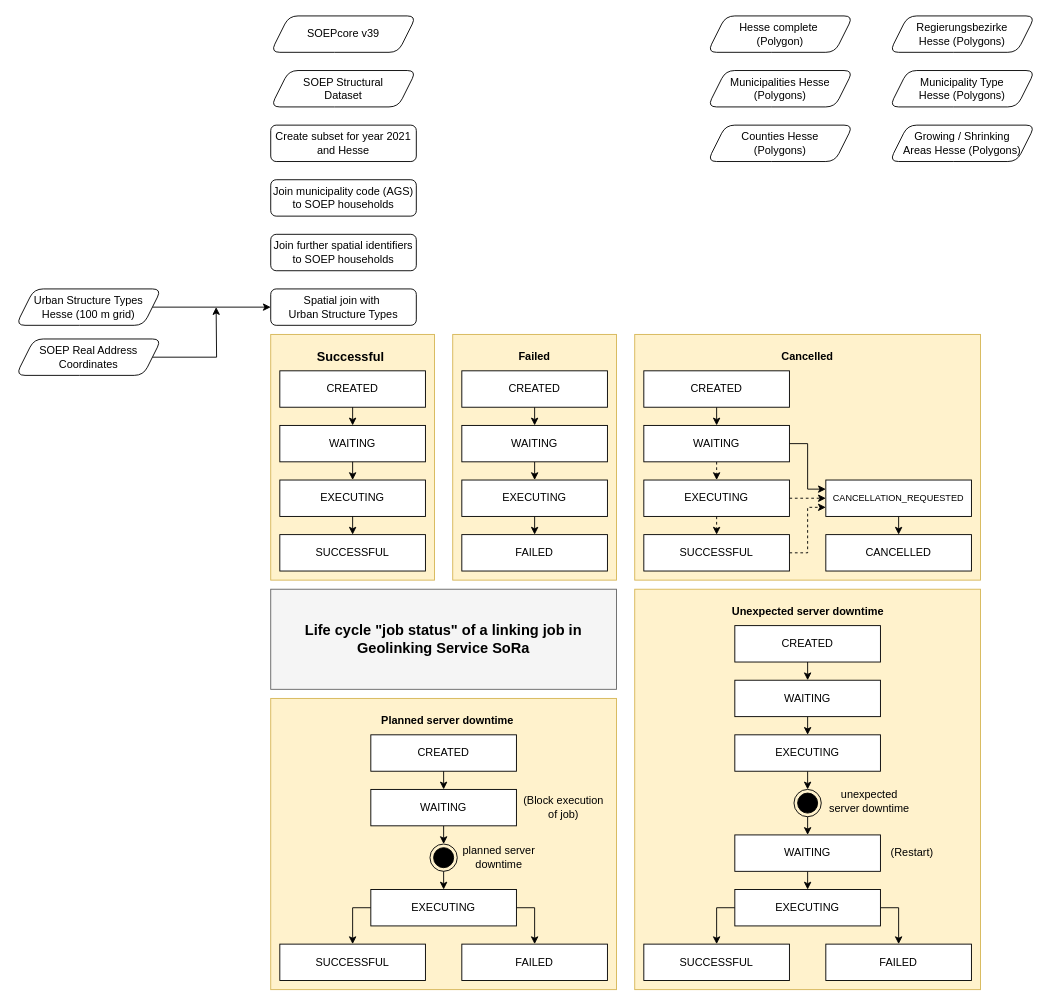
Above: sora/flowcharts_job_status_001.drawio in traveller195/draw_io (draw.io), before the change. Source tidied: cells renumbered, new cells numbered last; positions are measured from the earlier drawing's top-left corner, leaving out a move shared by most shapes. Both pictures are drawn from the tidied source at 91%, with x=0, y=0 at pixel (15, 15).
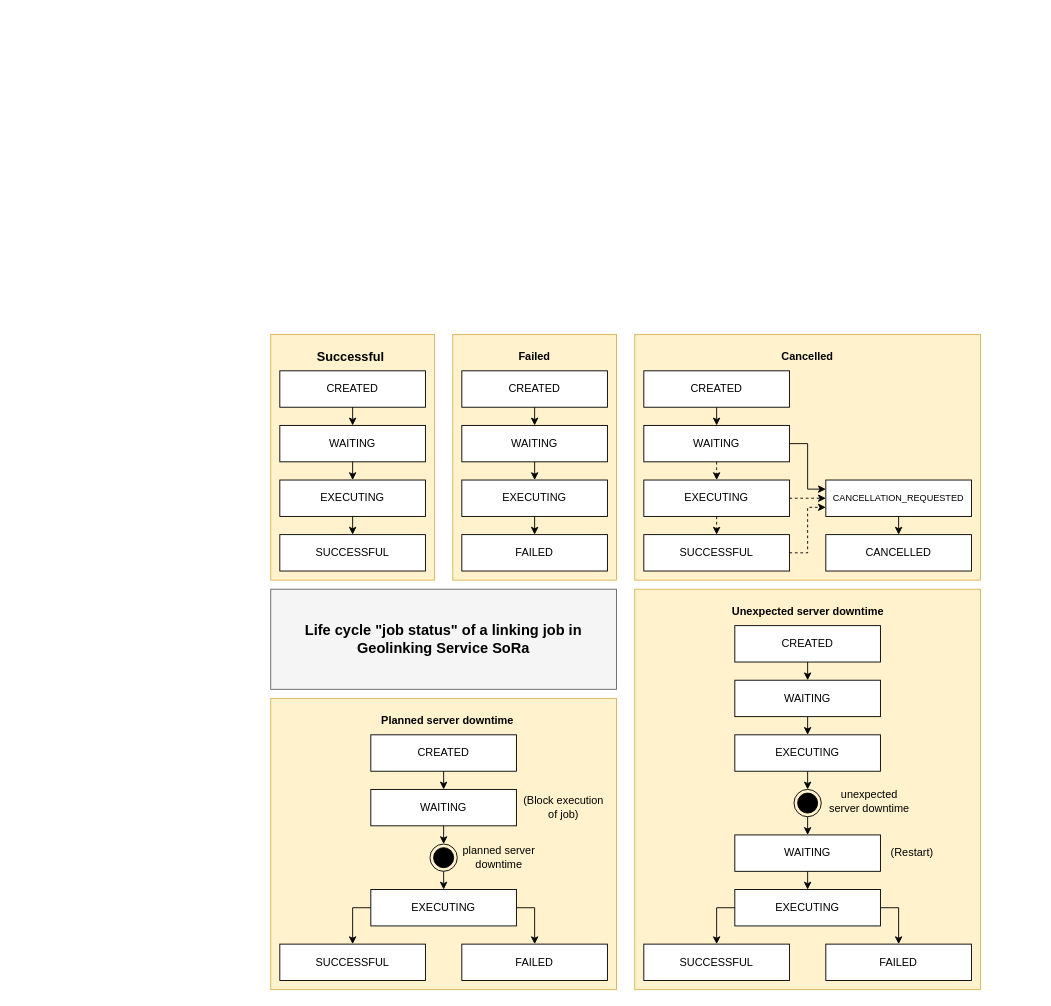
The same diagram, later.

What changed in the source:
```diff
@@
-    <mxCell id="71" value="SOEP Structural&lt;br&gt;Dataset" style="shape=parallelogram;perimeter=parallelogramPerimeter;whiteSpace=wrap;html=1;fixedSize=1;rounded=1;" parent="1" vertex="1">
-      <mxGeometry x="280" y="60" width="160" height="40" as="geometry" />
-    </mxCell>
-    <mxCell id="72" value="SOEPcore v39" style="shape=parallelogram;perimeter=parallelogramPerimeter;whiteSpace=wrap;html=1;fixedSize=1;rounded=1;" parent="1" vertex="1">
-      <mxGeometry x="280" width="160" height="40" as="geometry" />
-    </mxCell>
-    <mxCell id="73" style="edgeStyle=orthogonalEdgeStyle;rounded=0;jettySize=auto;html=1;exitX=1;exitY=0.5;exitDx=0;exitDy=0;" parent="1" edge="1" source="74">
-      <mxGeometry relative="1" as="geometry">
-        <mxPoint x="220" y="320" as="targetPoint" />
-      </mxGeometry>
-    </mxCell>
-    <mxCell id="74" value="SOEP Real Address&lt;br&gt;Coordinates" style="shape=parallelogram;perimeter=parallelogramPerimeter;whiteSpace=wrap;html=1;fixedSize=1;rounded=1;" parent="1" vertex="1">
-      <mxGeometry y="355" width="160" height="40" as="geometry" />
-    </mxCell>
-    <mxCell id="75" value="Hesse complete&amp;nbsp;&lt;br&gt;(Polygon)" style="shape=parallelogram;perimeter=parallelogramPerimeter;whiteSpace=wrap;html=1;fixedSize=1;rounded=1;" parent="1" vertex="1">
-      <mxGeometry x="760" width="160" height="40" as="geometry" />
-    </mxCell>
-    <mxCell id="76" value="Municipalities Hesse&lt;br&gt;(Polygons)" style="shape=parallelogram;perimeter=parallelogramPerimeter;whiteSpace=wrap;html=1;fixedSize=1;rounded=1;" parent="1" vertex="1">
-      <mxGeometry x="760" y="60" width="160" height="40" as="geometry" />
-    </mxCell>
-    <mxCell id="77" value="Counties Hesse&lt;br&gt;(Polygons)" style="shape=parallelogram;perimeter=parallelogramPerimeter;whiteSpace=wrap;html=1;fixedSize=1;rounded=1;" parent="1" vertex="1">
-      <mxGeometry x="760" y="120" width="160" height="40" as="geometry" />
-    </mxCell>
-    <mxCell id="78" value="Regierungsbezirke&lt;br&gt;Hesse (Polygons)" style="shape=parallelogram;perimeter=parallelogramPerimeter;whiteSpace=wrap;html=1;fixedSize=1;rounded=1;" parent="1" vertex="1">
-      <mxGeometry x="960" width="160" height="40" as="geometry" />
-    </mxCell>
-    <mxCell id="79" value="Municipality Type&lt;br&gt;Hesse (Polygons)" style="shape=parallelogram;perimeter=parallelogramPerimeter;whiteSpace=wrap;html=1;fixedSize=1;rounded=1;" parent="1" vertex="1">
-      <mxGeometry x="960" y="60" width="160" height="40" as="geometry" />
-    </mxCell>
-    <mxCell id="80" value="Growing / Shrinking&lt;br&gt;Areas Hesse (Polygons)" style="shape=parallelogram;perimeter=parallelogramPerimeter;whiteSpace=wrap;html=1;fixedSize=1;rounded=1;" parent="1" vertex="1">
-      <mxGeometry x="960" y="120" width="160" height="40" as="geometry" />
-    </mxCell>
-    <mxCell id="81" style="edgeStyle=orthogonalEdgeStyle;rounded=0;jettySize=auto;html=1;exitX=1;exitY=0.5;exitDx=0;exitDy=0;entryX=0;entryY=0.5;entryDx=0;entryDy=0;" parent="1" edge="1" source="82" target="86">
-      <mxGeometry relative="1" as="geometry" />
-    </mxCell>
-    <mxCell id="82" value="Urban Structure Types&lt;br&gt;Hesse (100 m grid)" style="shape=parallelogram;perimeter=parallelogramPerimeter;whiteSpace=wrap;html=1;fixedSize=1;rounded=1;" parent="1" vertex="1">
-      <mxGeometry y="300" width="160" height="40" as="geometry" />
-    </mxCell>
-    <mxCell id="83" value="Create subset for year 2021&lt;br&gt;and Hesse" style="rounded=1;whiteSpace=wrap;html=1;" parent="1" vertex="1">
-      <mxGeometry x="280" y="120" width="160" height="40" as="geometry" />
-    </mxCell>
-    <mxCell id="84" value="Join municipality code (AGS)&lt;br&gt;to SOEP households" style="rounded=1;whiteSpace=wrap;html=1;" parent="1" vertex="1">
-      <mxGeometry x="280" y="180" width="160" height="40" as="geometry" />
-    </mxCell>
-    <mxCell id="85" value="Join further spatial identifiers&lt;br&gt;to SOEP households" style="rounded=1;whiteSpace=wrap;html=1;" parent="1" vertex="1">
-      <mxGeometry x="280" y="240" width="160" height="40" as="geometry" />
-    </mxCell>
-    <mxCell id="86" value="Spatial join with&amp;nbsp;&lt;br&gt;Urban Structure Types" style="rounded=1;whiteSpace=wrap;html=1;" parent="1" vertex="1">
-      <mxGeometry x="280" y="300" width="160" height="40" as="geometry" />
-    </mxCell>
```
